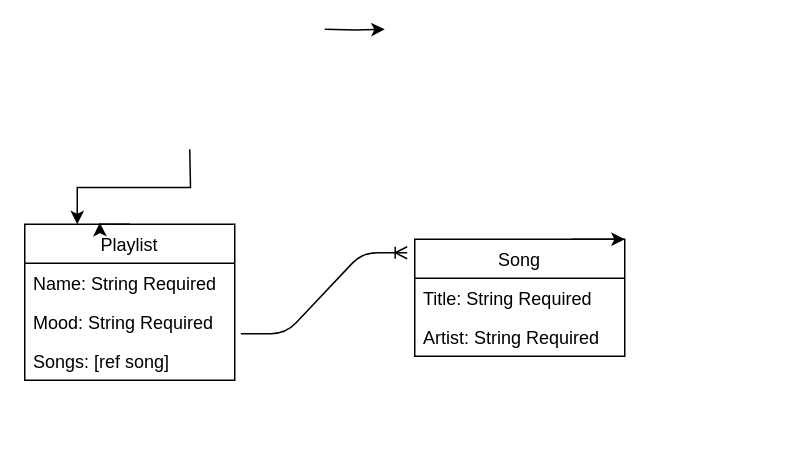
Above: erd.drawio in nicolegold1/muzickonly (draw.io), before the change. Source tidied: cells renumbered, new cells numbered last; positions are measured from the earlier drawing's top-left corner, leaving out a move shared by most shapes. Both pictures are drawn from the tidied source at 150%, with x=0, y=0 at pixel (24, 28).
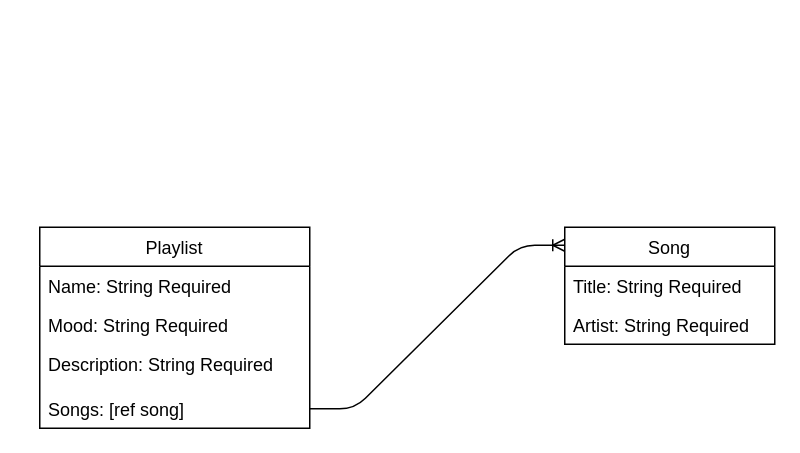
The same page after the edit.

The edit, as a diff of the source:
```diff
@@
 <mxGraphModel>
   <root>
     <mxCell id="0" />
     <mxCell id="1" parent="0" />
     <mxCell id="2" value="Playlist" style="swimlane;fontStyle=0;horizontal=1;startSize=26;fillColor=none;" parent="1" vertex="1">
-      <mxGeometry y="130" width="140" height="104" as="geometry" />
+      <mxGeometry x="10" y="132" width="180" height="134" as="geometry" />
     </mxCell>
     <mxCell id="3" value="Name: String Required" style="text;strokeColor=none;fillColor=none;align=left;verticalAlign=top;spacingLeft=4;spacingRight=4;overflow=hidden;" parent="2" vertex="1">
-      <mxGeometry y="26" width="140" height="26" as="geometry" />
+      <mxGeometry y="26" width="180" height="26" as="geometry" />
     </mxCell>
     <mxCell id="4" value="Mood: String Required" style="text;strokeColor=none;fillColor=none;align=left;verticalAlign=top;spacingLeft=4;spacingRight=4;overflow=hidden;points=[[0,0.5],[1,0.5]];portConstraint=eastwest;" parent="2" vertex="1">
-      <mxGeometry y="52" width="140" height="26" as="geometry" />
+      <mxGeometry y="52" width="180" height="26" as="geometry" />
     </mxCell>
+    <mxCell id="14" value="Description: String Required&#10;" style="text;strokeColor=none;fillColor=none;spacingLeft=4;spacingRight=4;overflow=hidden;fontSize=12;" parent="2" vertex="1">
+      <mxGeometry y="78" width="180" height="30" as="geometry" />
+    </mxCell>
     <mxCell id="5" value="Songs: [ref song]" style="text;strokeColor=none;fillColor=none;align=left;verticalAlign=top;spacingLeft=4;spacingRight=4;overflow=hidden;points=[[0,0.5],[1,0.5]];portConstraint=eastwest;" parent="2" vertex="1">
-      <mxGeometry y="78" width="140" height="26" as="geometry" />
+      <mxGeometry y="108" width="180" height="26" as="geometry" />
     </mxCell>
-    <mxCell id="6" style="edgeStyle=orthogonalEdgeStyle;rounded=0;orthogonalLoop=1;jettySize=auto;html=1;" parent="1" edge="1">
-      <mxGeometry relative="1" as="geometry">
-        <mxPoint x="200" as="sourcePoint" />
-        <mxPoint x="240" as="targetPoint" />
-      </mxGeometry>
-    </mxCell>
     <mxCell id="7" value="Song" style="swimlane;fontStyle=0;horizontal=1;startSize=26;fillColor=none;" parent="1" vertex="1">
-      <mxGeometry x="260" y="140" width="140" height="78" as="geometry" />
+      <mxGeometry x="360" y="132" width="140" height="78" as="geometry" />
     </mxCell>
     <mxCell id="8" value="Title: String Required" style="text;strokeColor=none;fillColor=none;align=left;verticalAlign=top;spacingLeft=4;spacingRight=4;overflow=hidden;" parent="7" vertex="1">
       <mxGeometry y="26" width="140" height="26" as="geometry" />
     </mxCell>
     <mxCell id="9" value="Artist: String Required" style="text;strokeColor=none;fillColor=none;align=left;verticalAlign=top;spacingLeft=4;spacingRight=4;overflow=hidden;" parent="7" vertex="1">
       <mxGeometry y="52" width="140" height="26" as="geometry" />
     </mxCell>
-    <mxCell id="10" style="edgeStyle=orthogonalEdgeStyle;rounded=0;orthogonalLoop=1;jettySize=auto;html=1;exitX=0.75;exitY=0;exitDx=0;exitDy=0;entryX=1;entryY=0;entryDx=0;entryDy=0;" parent="1" edge="1" source="7" target="7">
-      <mxGeometry relative="1" as="geometry" />
-    </mxCell>
-    <mxCell id="11" style="edgeStyle=orthogonalEdgeStyle;rounded=0;orthogonalLoop=1;jettySize=auto;html=1;exitX=0.5;exitY=0;exitDx=0;exitDy=0;entryX=0.357;entryY=-0.01;entryDx=0;entryDy=0;entryPerimeter=0;" parent="1" edge="1" source="2" target="2">
-      <mxGeometry relative="1" as="geometry" />
-    </mxCell>
-    <mxCell id="12" style="edgeStyle=orthogonalEdgeStyle;rounded=0;jettySize=auto;html=1;entryX=0.25;entryY=0;entryDx=0;entryDy=0;" parent="1" edge="1" target="2">
-      <mxGeometry relative="1" as="geometry">
-        <mxPoint x="110" y="80" as="sourcePoint" />
-      </mxGeometry>
-    </mxCell>
-    <mxCell id="13" style="edgeStyle=entityRelationEdgeStyle;fontSize=12;html=1;endArrow=ERoneToMany;exitX=1.029;exitY=0.808;exitDx=0;exitDy=0;exitPerimeter=0;entryX=-0.036;entryY=0.115;entryDx=0;entryDy=0;entryPerimeter=0;" parent="1" edge="1" source="4" target="7">
-      <mxGeometry relative="1" as="geometry" />
+    <mxCell id="13" style="edgeStyle=entityRelationEdgeStyle;fontSize=12;html=1;endArrow=ERoneToMany;exitX=1;exitY=0.5;exitDx=0;exitDy=0;" parent="1" edge="1" source="5">
+      <mxGeometry relative="1" as="geometry">
+        <mxPoint x="360" y="144" as="targetPoint" />
+      </mxGeometry>
     </mxCell>
   </root>
 </mxGraphModel>
```
